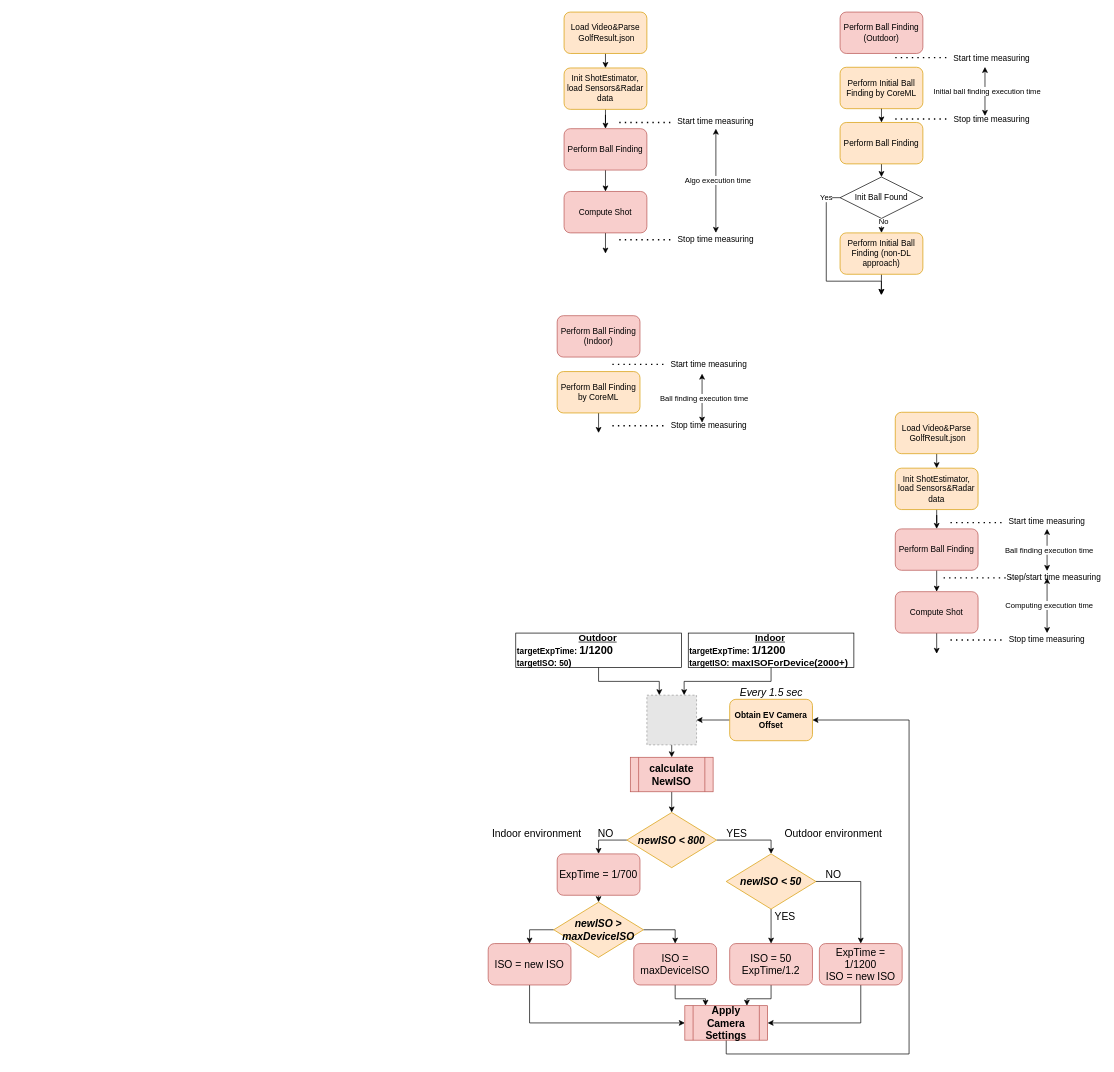
This is MLM.drawio from Mike335207/work, a draw.io file, before an edit. Source tidied: cells renumbered, new cells numbered last; positions are measured from the earlier drawing's top-left corner, leaving out a move shared by most shapes. Both pictures are drawn from the tidied source at 69%, with x=0, y=0 at pixel (484, 12). Pictures stored in the file or linked from it are replaced by grey dashed boxes.
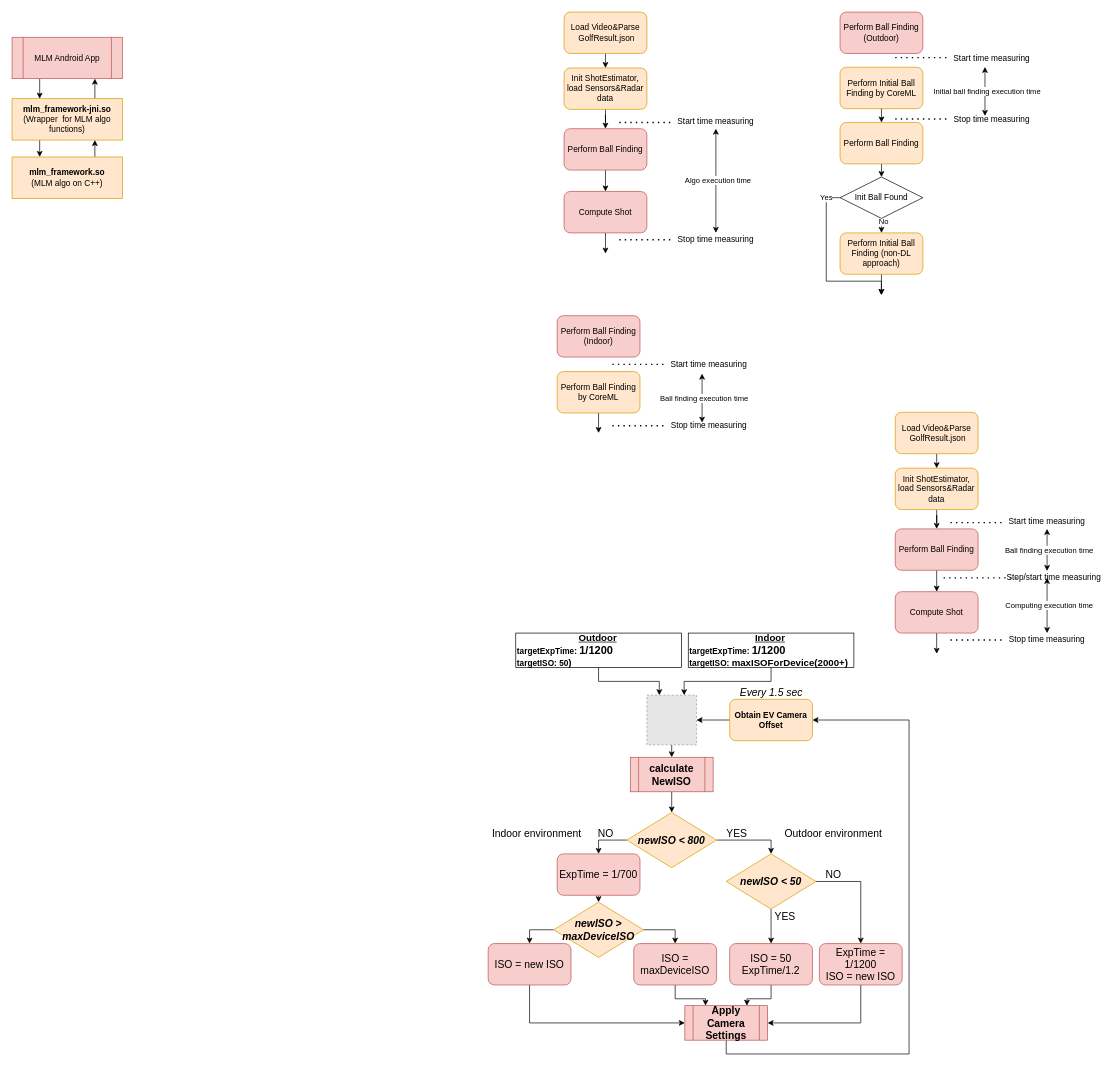
The same page after the edit.

What changed in the source:
```diff
@@
+    <mxCell id="98" style="edgeStyle=orthogonalEdgeStyle;rounded=0;jettySize=auto;html=1;exitX=0.25;exitY=1;exitDx=0;exitDy=0;entryX=0.25;entryY=0;entryDx=0;entryDy=0;" parent="1" edge="1" source="100" target="104">
+      <mxGeometry relative="1" as="geometry" />
+    </mxCell>
+    <mxCell id="99" style="edgeStyle=orthogonalEdgeStyle;rounded=0;jettySize=auto;html=1;exitX=0.75;exitY=0;exitDx=0;exitDy=0;entryX=0.75;entryY=1;entryDx=0;entryDy=0;" parent="1" edge="1" source="100" target="102">
+      <mxGeometry relative="1" as="geometry" />
+    </mxCell>
+    <mxCell id="100" value="&lt;b&gt;mlm_framework-jni.so&lt;/b&gt;&lt;br&gt;(Wrapper&amp;nbsp; for MLM algo functions)" style="rounded=0;whiteSpace=wrap;html=1;fillColor=#ffe6cc;strokeColor=#d79b00;" parent="1" vertex="1">
+      <mxGeometry x="-685" y="125.5" width="160" height="60" as="geometry" />
+    </mxCell>
+    <mxCell id="101" style="edgeStyle=orthogonalEdgeStyle;rounded=0;jettySize=auto;html=1;exitX=0.25;exitY=1;exitDx=0;exitDy=0;entryX=0.25;entryY=0;entryDx=0;entryDy=0;" parent="1" edge="1" source="102" target="100">
+      <mxGeometry relative="1" as="geometry" />
+    </mxCell>
+    <mxCell id="102" value="MLM Android App" style="shape=process;whiteSpace=wrap;html=1;backgroundOutline=1;fillColor=#f8cecc;strokeColor=#b85450;" parent="1" vertex="1">
+      <mxGeometry x="-685" y="36.5" width="160" height="60" as="geometry" />
+    </mxCell>
+    <mxCell id="103" style="edgeStyle=orthogonalEdgeStyle;rounded=0;jettySize=auto;html=1;exitX=0.75;exitY=0;exitDx=0;exitDy=0;entryX=0.75;entryY=1;entryDx=0;entryDy=0;" parent="1" edge="1" source="104" target="100">
+      <mxGeometry relative="1" as="geometry" />
+    </mxCell>
+    <mxCell id="104" value="&lt;b&gt;mlm_framework.so&lt;/b&gt;&lt;br&gt;(MLM algo on C++)" style="rounded=0;whiteSpace=wrap;html=1;fillColor=#ffe6cc;strokeColor=#d79b00;" parent="1" vertex="1">
+      <mxGeometry x="-685" y="210" width="160" height="60" as="geometry" />
+    </mxCell>
```
